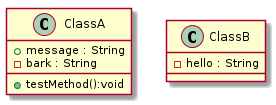
This is Output-Diagrams/OutputClassDiagram1.png from amitakamat/Amita-Kamat-CMPE-202, a PlantUML export, as it was before one commit.
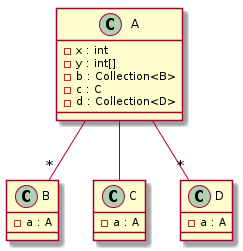
After the commit.

The edit, as a diff of the source:
```diff
@@ -1,10 +1,21 @@
 @startuml
-class ClassA {
-+message : String
--bark : String
-+ testMethod():void
+class A {
+-x : int
+-y : int[]
+-b : Collection<B>
+-c : C
+-d : Collection<D>
 }
-class ClassB {
--hello : String
+class B {
+-a : A
 }
+class C {
+-a : A
+}
+class D {
+-a : A
+}
+A --"*" B
+A -- C
+A --"*" D
 @enduml
```
